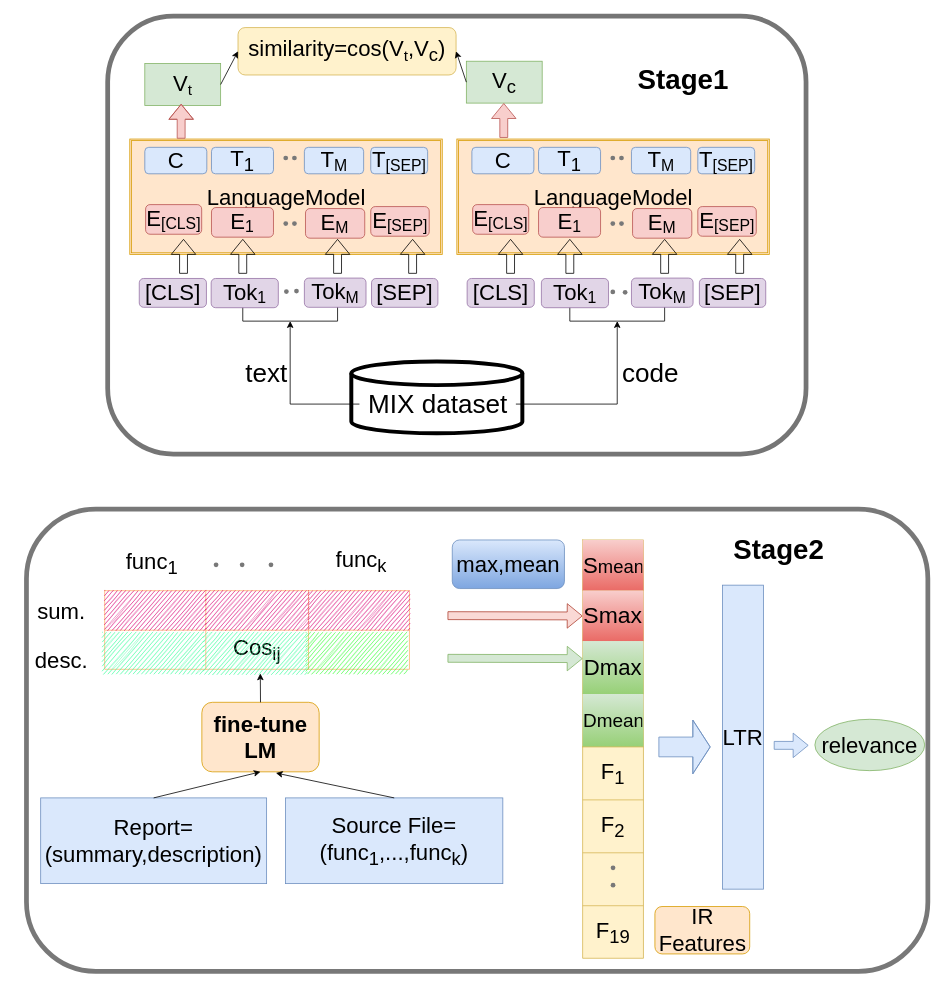
The draw.io diagram Copy of V2_Untitled Diagram.drawio in hangdj/BERT-PLI-IJCAI2020, before the edit. Source tidied: cells renumbered, new cells numbered last; positions are measured from the earlier drawing's top-left corner, leaving out a move shared by most shapes. Both pictures are drawn from the tidied source at 79%, with x=0, y=0 at pixel (13, 16).
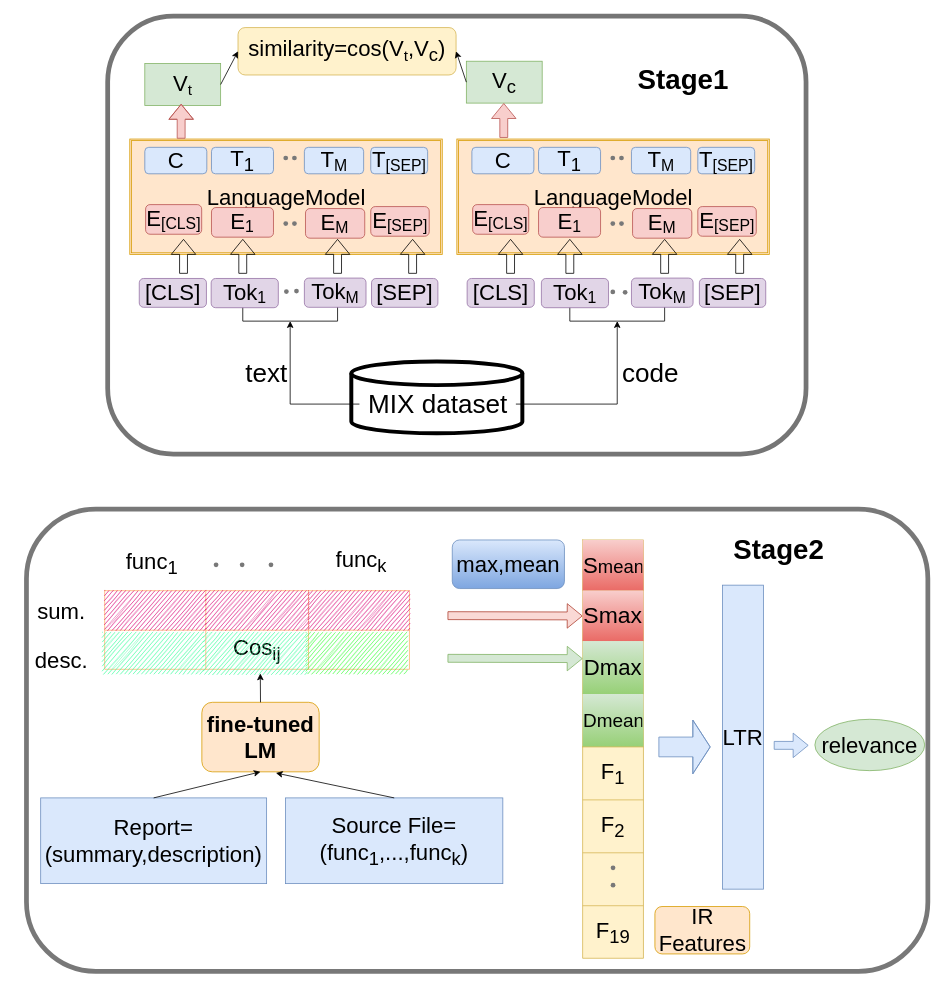
After the change.

The edit, as a diff of the source:
```diff
@@
-    <mxCell id="36" value="&lt;font size=&quot;1&quot;&gt;&lt;b style=&quot;font-size: 28px&quot;&gt;fine-tune LM&lt;/b&gt;&lt;/font&gt;" style="rounded=1;whiteSpace=wrap;html=1;strokeColor=#d79b00;strokeWidth=1;fillColor=#ffe6cc;" parent="1" vertex="1">
+    <mxCell id="36" value="&lt;font size=&quot;1&quot;&gt;&lt;b style=&quot;font-size: 28px&quot;&gt;fine-tuned LM&lt;/b&gt;&lt;/font&gt;" style="rounded=1;whiteSpace=wrap;html=1;strokeColor=#d79b00;strokeWidth=1;fillColor=#ffe6cc;" parent="1" vertex="1">
       <mxGeometry x="238" y="868.5" width="148.5" height="88" as="geometry" />
     </mxCell>
```
